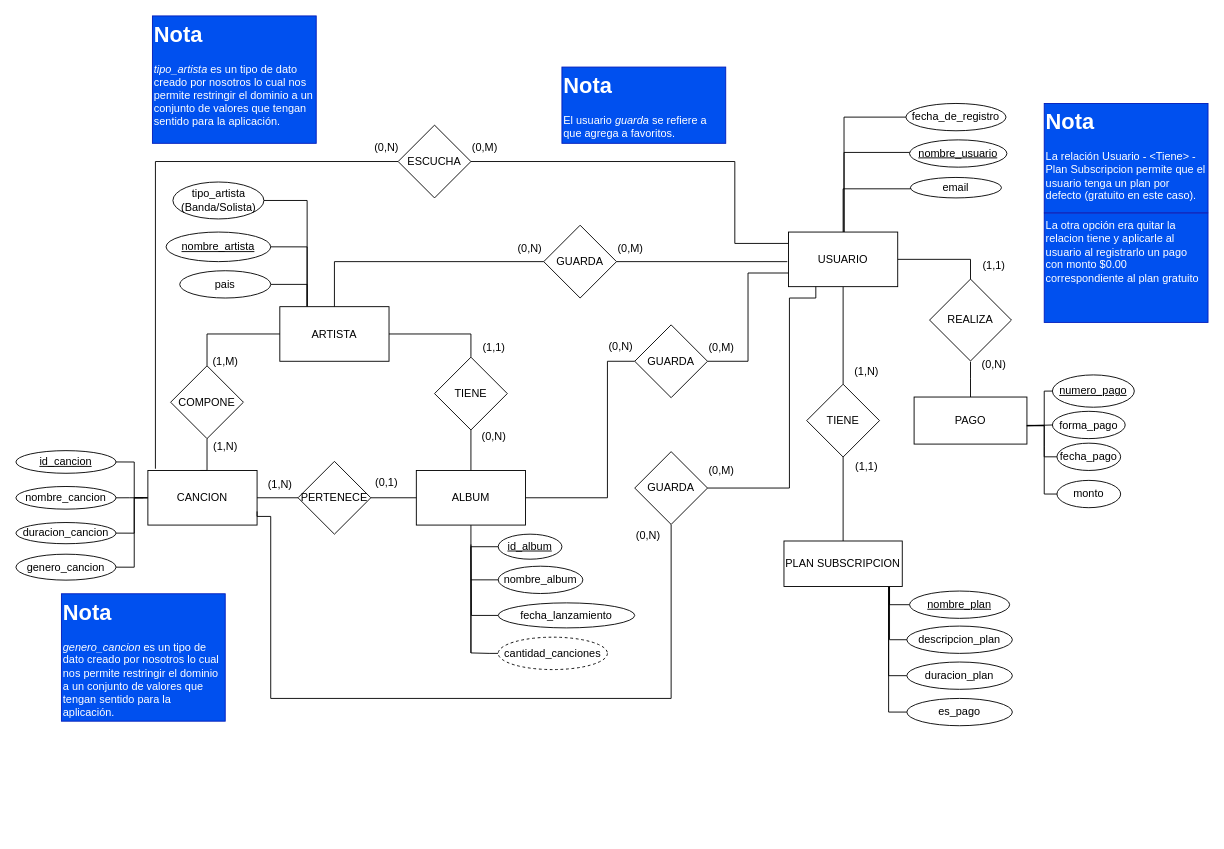
The draw.io diagram TP_Musica.drawio in NachoSco/TP_BDD, before the edit. Source tidied: cells renumbered, new cells numbered last; positions are measured from the earlier drawing's top-left corner, leaving out a move shared by most shapes. Both pictures are drawn from the tidied source at 91%, with x=0, y=0 at pixel (15, 15).
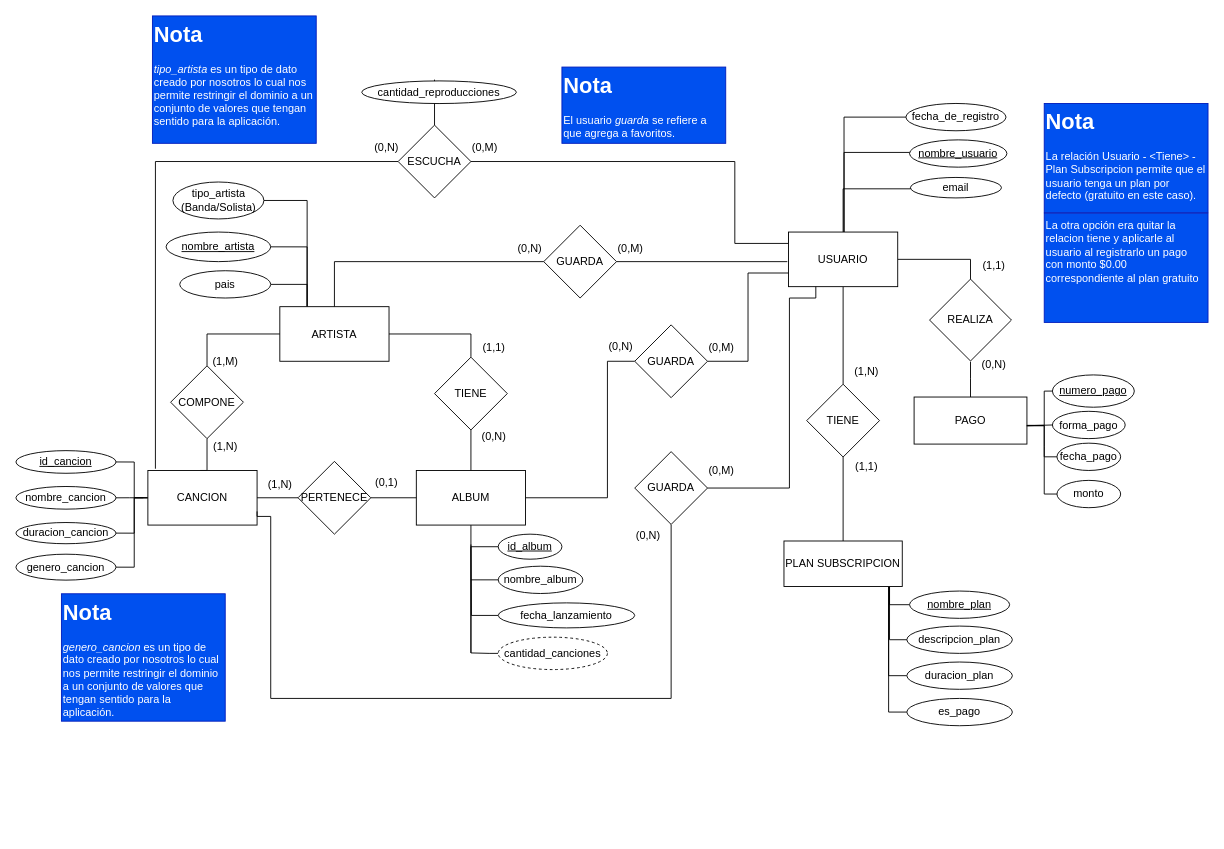
After the change.

Commit message (it also covers changes not shown here):
Agregado atributo 'cantidad_reproducciones' a relacion 'escucha' en el DER, agregados mas datos genericos

The change refers to these unchanged cells:
```xml
<mxCell id="81" value="ESCUCHA" style="rhombus;whiteSpace=wrap;html=1;" parent="1" vertex="1">
  <mxGeometry x="420" y="120" width="80" height="80" as="geometry" />
</mxCell>
```

What changed in the source:
```diff
@@
+    <mxCell id="104" style="edgeStyle=orthogonalEdgeStyle;rounded=0;jettySize=auto;html=1;endArrow=none;startFill=0;" parent="1" edge="1" source="81">
+      <mxGeometry relative="1" as="geometry">
+        <mxPoint x="460" y="70" as="targetPoint" />
+      </mxGeometry>
+    </mxCell>
@@
+    <mxCell id="105" value="cantidad_reproducciones" style="ellipse;whiteSpace=wrap;html=1;" parent="1" vertex="1">
+      <mxGeometry x="380" y="71.4" width="170" height="24.9" as="geometry" />
+    </mxCell>
```
